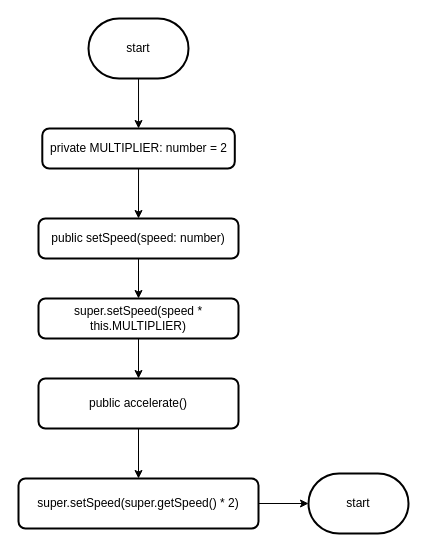
Emmanuel-Fofeyin/ICS4U-Unit2-06-Typescript keeps this draw.io diagram as design/jet.drawio. Above is the earlier version. Source tidied: cells renumbered, new cells numbered last; positions are measured from the earlier drawing's top-left corner, leaving out a move shared by most shapes. Both pictures are drawn from the tidied source at 100%, with x=0, y=0 at pixel (18, 18).
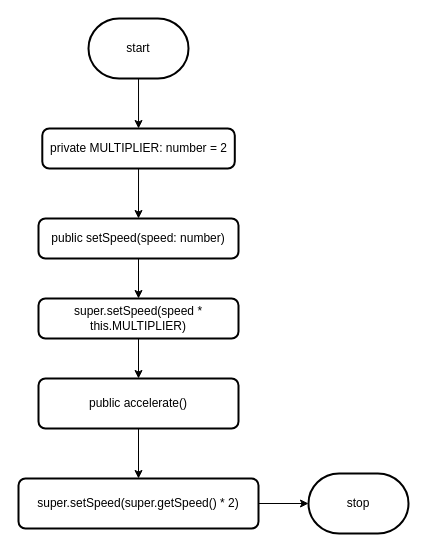
The same page after the edit.

What changed in the source:
```diff
@@
 <mxGraphModel>
   <root>
     <mxCell id="0" />
     <mxCell id="1" parent="0" />
     <mxCell id="2" style="edgeStyle=none;html=1;" parent="1" edge="1" source="3" target="5">
       <mxGeometry relative="1" as="geometry" />
     </mxCell>
     <mxCell id="3" value="start" style="strokeWidth=2;html=1;shape=mxgraph.flowchart.terminator;whiteSpace=wrap;" parent="1" vertex="1">
       <mxGeometry x="70" width="100" height="60" as="geometry" />
     </mxCell>
     <mxCell id="4" style="edgeStyle=none;html=1;" parent="1" edge="1" source="5" target="7">
       <mxGeometry relative="1" as="geometry" />
     </mxCell>
     <mxCell id="5" value="private MULTIPLIER: number = 2" style="rounded=1;whiteSpace=wrap;html=1;absoluteArcSize=1;arcSize=14;strokeWidth=2;" parent="1" vertex="1">
       <mxGeometry x="23.8" y="110" width="192.5" height="40" as="geometry" />
     </mxCell>
     <mxCell id="6" style="edgeStyle=none;html=1;entryX=0.5;entryY=0;entryDx=0;entryDy=0;" parent="1" edge="1" source="7" target="9">
       <mxGeometry relative="1" as="geometry" />
     </mxCell>
     <mxCell id="7" value="public setSpeed(speed: number)" style="rounded=1;whiteSpace=wrap;html=1;absoluteArcSize=1;arcSize=14;strokeWidth=2;" parent="1" vertex="1">
       <mxGeometry x="20" y="200" width="200" height="40" as="geometry" />
     </mxCell>
     <mxCell id="8" style="edgeStyle=none;html=1;entryX=0.5;entryY=0;entryDx=0;entryDy=0;" parent="1" edge="1" source="9" target="11">
       <mxGeometry relative="1" as="geometry" />
     </mxCell>
     <mxCell id="9" value="super.setSpeed(speed * this.MULTIPLIER)" style="rounded=1;whiteSpace=wrap;html=1;absoluteArcSize=1;arcSize=14;strokeWidth=2;" parent="1" vertex="1">
       <mxGeometry x="20" y="280" width="200" height="40" as="geometry" />
     </mxCell>
     <mxCell id="10" style="edgeStyle=none;html=1;entryX=0.5;entryY=0;entryDx=0;entryDy=0;" parent="1" edge="1" source="11" target="13">
       <mxGeometry relative="1" as="geometry" />
     </mxCell>
     <mxCell id="11" value="&amp;nbsp;public accelerate()&amp;nbsp;" style="rounded=1;whiteSpace=wrap;html=1;absoluteArcSize=1;arcSize=14;strokeWidth=2;" parent="1" vertex="1">
       <mxGeometry x="20" y="360" width="200" height="50" as="geometry" />
     </mxCell>
     <mxCell id="12" style="edgeStyle=none;html=1;entryX=0;entryY=0.5;entryDx=0;entryDy=0;entryPerimeter=0;" parent="1" edge="1" source="13" target="14">
       <mxGeometry relative="1" as="geometry" />
     </mxCell>
     <mxCell id="13" value="super.setSpeed(super.getSpeed() * 2)" style="rounded=1;whiteSpace=wrap;html=1;absoluteArcSize=1;arcSize=14;strokeWidth=2;" parent="1" vertex="1">
       <mxGeometry y="460" width="240" height="50" as="geometry" />
     </mxCell>
-    <mxCell id="14" value="start" style="strokeWidth=2;html=1;shape=mxgraph.flowchart.terminator;whiteSpace=wrap;" parent="1" vertex="1">
+    <mxCell id="14" value="stop" style="strokeWidth=2;html=1;shape=mxgraph.flowchart.terminator;whiteSpace=wrap;" parent="1" vertex="1">
       <mxGeometry x="290" y="455" width="100" height="60" as="geometry" />
     </mxCell>
   </root>
 </mxGraphModel>
```
